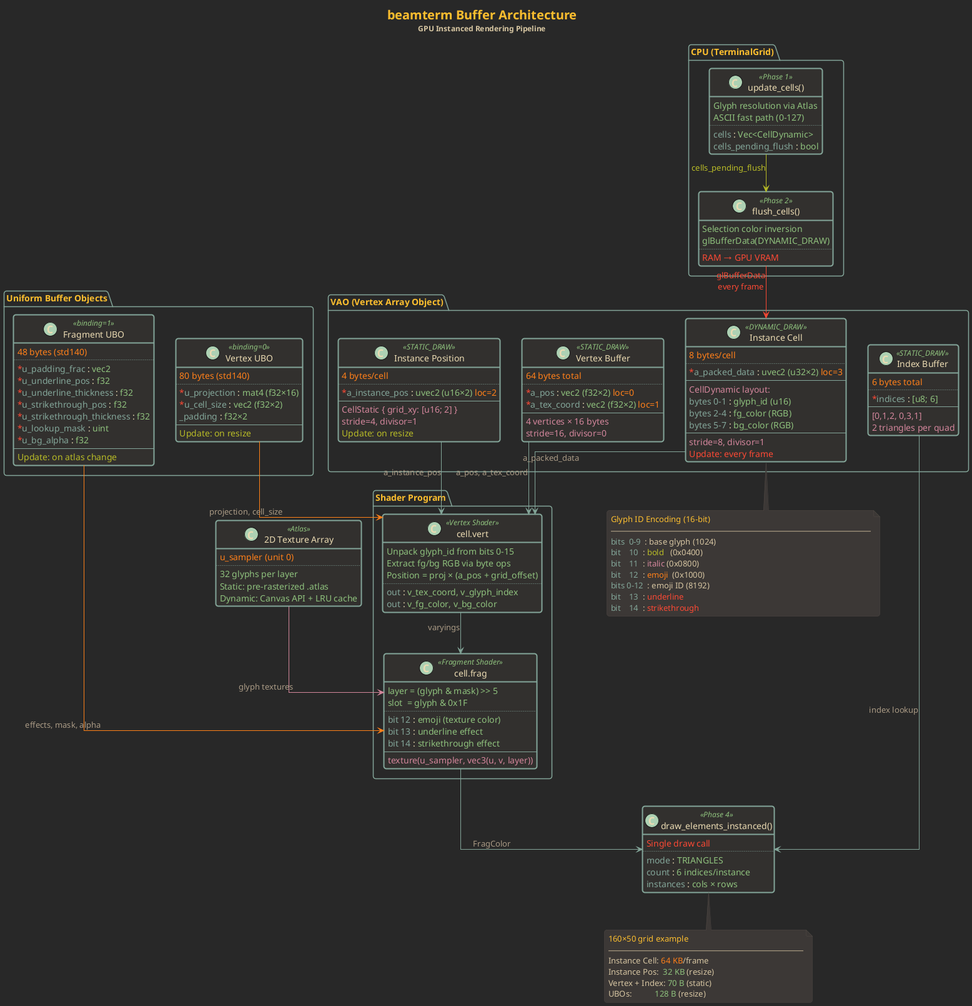
Above: docs/buffer_architecture.png in junkdog/beamterm (PlantUML), before the change. The source it was exported from:
```plantuml
@startuml buffer_architecture


skinparam backgroundColor #282828
skinparam defaultFontColor #ebdbb2
skinparam defaultFontName monospace

skinparam linetype ortho
skinparam roundcorner 8
skinparam shadowing false

skinparam class {
  BackgroundColor #32302f
  HeaderBackgroundColor #3c3836
  BorderColor #83a598
  FontColor #fabd2f
  AttributeFontColor #ebdbb2
  StereotypeFontColor #8ec07c
  BorderThickness 2
}

skinparam note {
  BackgroundColor #3c3836
  BorderColor #504945
  FontColor #d5c4a1
}

skinparam arrow {
  Color #83a598
  FontColor #a89984
}

skinparam package {
  BackgroundColor #32302f
  BorderColor #83a598
  FontColor #fabd2f
  StereotypeFontColor #8ec07c
}

skinparam rectangle {
  BackgroundColor #32302f
  BorderColor #83a598
  FontColor #fabd2f
  StereotypeFontColor #8ec07c
}


title <font color="#fabd2f" size="20">beamterm Buffer Architecture</font>\n<font color="#d5c4a1" size="12">GPU Instanced Rendering Pipeline</font>


package "CPU (TerminalGrid)" as cpu #282828 {

  class "update_cells()" as update <<Phase 1>> #32302f {
    <color:#8ec07c>Glyph resolution via Atlas</color>
    <color:#8ec07c>ASCII fast path (0-127)</color>
    ..
    <color:#83a598>cells</color> : <color:#8ec07c>Vec<CellDynamic></color>
    <color:#83a598>cells_pending_flush</color> : <color:#8ec07c>bool</color>
  }

  class "flush_cells()" as flush <<Phase 2>> #32302f {
    <color:#8ec07c>Selection color inversion</color>
    <color:#8ec07c>glBufferData(DYNAMIC_DRAW)</color>
    ..
    <color:#fb4934>RAM → GPU VRAM</color>
  }
}


package "VAO (Vertex Array Object)" as vao #282828 {

  class "Vertex Buffer" as vbuf <<STATIC_DRAW>> #32302f {
    <color:#fe8019>64 bytes total</color>
    ..
    <color:#fb4934>*</color><color:#83a598>a_pos</color> : <color:#8ec07c>vec2 (f32×2)</color> <color:#fe8019>loc=0</color>
    <color:#fb4934>*</color><color:#83a598>a_tex_coord</color> : <color:#8ec07c>vec2 (f32×2)</color> <color:#fe8019>loc=1</color>
    --
    <color:#d3869b>4 vertices × 16 bytes</color>
    <color:#d3869b>stride=16, divisor=0</color>
  }

  class "Index Buffer" as ibuf <<STATIC_DRAW>> #32302f {
    <color:#fe8019>6 bytes total</color>
    ..
    <color:#fb4934>*</color><color:#83a598>indices</color> : <color:#8ec07c>[u8; 6]</color>
    --
    <color:#d3869b>[0,1,2, 0,3,1]</color>
    <color:#d3869b>2 triangles per quad</color>
  }

  class "Instance Position" as posbuf <<STATIC_DRAW>> #32302f {
    <color:#fe8019>4 bytes/cell</color>
    ..
    <color:#fb4934>*</color><color:#83a598>a_instance_pos</color> : <color:#8ec07c>uvec2 (u16×2)</color> <color:#fe8019>loc=2</color>
    --
    <color:#d3869b>CellStatic { grid_xy: [u16; 2] }</color>
    <color:#d3869b>stride=4, divisor=1</color>
    <color:#b8bb26>Update: on resize</color>
  }

  class "Instance Cell" as cellbuf <<DYNAMIC_DRAW>> #32302f {
    <color:#fe8019>8 bytes/cell</color>
    ..
    <color:#fb4934>*</color><color:#83a598>a_packed_data</color> : <color:#8ec07c>uvec2 (u32×2)</color> <color:#fe8019>loc=3</color>
    --
    <color:#d3869b>CellDynamic layout:</color>
    <color:#83a598>bytes 0-1</color> : <color:#8ec07c>glyph_id (u16)</color>
    <color:#83a598>bytes 2-4</color> : <color:#8ec07c>fg_color (RGB)</color>
    <color:#83a598>bytes 5-7</color> : <color:#8ec07c>bg_color (RGB)</color>
    --
    <color:#d3869b>stride=8, divisor=1</color>
    <color:#fb4934>Update: every frame</color>
  }
}


package "Uniform Buffer Objects" as ubos #282828 {

  class "Vertex UBO" as vubo <<binding=0>> #32302f {
    <color:#fe8019>80 bytes (std140)</color>
    ..
    <color:#fb4934>*</color><color:#83a598>u_projection</color> : <color:#8ec07c>mat4 (f32×16)</color>
    <color:#fb4934>*</color><color:#83a598>u_cell_size</color> : <color:#8ec07c>vec2 (f32×2)</color>
    <color:#83a598>_padding</color> : <color:#8ec07c>f32×2</color>
    --
    <color:#b8bb26>Update: on resize</color>
  }

  class "Fragment UBO" as fubo <<binding=1>> #32302f {
    <color:#fe8019>48 bytes (std140)</color>
    ..
    <color:#fb4934>*</color><color:#83a598>u_padding_frac</color> : <color:#8ec07c>vec2</color>
    <color:#fb4934>*</color><color:#83a598>u_underline_pos</color> : <color:#8ec07c>f32</color>
    <color:#fb4934>*</color><color:#83a598>u_underline_thickness</color> : <color:#8ec07c>f32</color>
    <color:#fb4934>*</color><color:#83a598>u_strikethrough_pos</color> : <color:#8ec07c>f32</color>
    <color:#fb4934>*</color><color:#83a598>u_strikethrough_thickness</color> : <color:#8ec07c>f32</color>
    <color:#fb4934>*</color><color:#83a598>u_lookup_mask</color> : <color:#8ec07c>uint</color>
    <color:#fb4934>*</color><color:#83a598>u_bg_alpha</color> : <color:#8ec07c>f32</color>
    --
    <color:#b8bb26>Update: on atlas change</color>
  }
}


package "Shader Program" as shaders #282828 {

  class "cell.vert" as vert <<Vertex Shader>> #32302f {
    <color:#8ec07c>Unpack glyph_id from bits 0-15</color>
    <color:#8ec07c>Extract fg/bg RGB via byte ops</color>
    <color:#8ec07c>Position = proj × (a_pos + grid_offset)</color>
    ..
    <color:#83a598>out</color> : <color:#8ec07c>v_tex_coord, v_glyph_index</color>
    <color:#83a598>out</color> : <color:#8ec07c>v_fg_color, v_bg_color</color>
  }

  class "cell.frag" as frag <<Fragment Shader>> #32302f {
    <color:#8ec07c>layer = (glyph & mask) >> 5</color>
    <color:#8ec07c>slot  = glyph & 0x1F</color>
    ..
    <color:#83a598>bit 12</color> : <color:#8ec07c>emoji (texture color)</color>
    <color:#83a598>bit 13</color> : <color:#8ec07c>underline effect</color>
    <color:#83a598>bit 14</color> : <color:#8ec07c>strikethrough effect</color>
    --
    <color:#d3869b>texture(u_sampler, vec3(u, v, layer))</color>
  }
}


class "2D Texture Array" as atlas <<Atlas>> #32302f {
  <color:#fe8019>u_sampler (unit 0)</color>
  ..
  <color:#8ec07c>32 glyphs per layer</color>
  <color:#8ec07c>Static: pre-rasterized .atlas</color>
  <color:#8ec07c>Dynamic: Canvas API + LRU cache</color>
}


class "draw_elements_instanced()" as draw <<Phase 4>> #32302f {
  <color:#fb4934>Single draw call</color>
  ..
  <color:#83a598>mode</color> : <color:#8ec07c>TRIANGLES</color>
  <color:#83a598>count</color> : <color:#8ec07c>6 indices/instance</color>
  <color:#83a598>instances</color> : <color:#8ec07c>cols × rows</color>
}


update -[#b8bb26]-> flush : <color:#b8bb26>cells_pending_flush

flush -[#fb4934]-> cellbuf : <color:#fb4934>glBufferData\n<color:#fb4934>every frame

vbuf -[#83a598]-> vert : <color:#a89984>a_pos, a_tex_coord
posbuf -[#83a598]-> vert : <color:#a89984>a_instance_pos
cellbuf -[#83a598]-> vert : <color:#a89984>a_packed_data
ibuf -[#83a598]-> draw : <color:#a89984>index lookup
vubo -[#fe8019]-> vert : <color:#a89984>projection, cell_size
fubo -[#fe8019]-> frag : <color:#a89984>effects, mask, alpha
atlas -[#d3869b]-> frag : <color:#a89984>glyph textures
vert -[#83a598]-> frag : <color:#a89984>varyings
frag -[#83a598]-> draw : <color:#a89984>FragColor


note bottom of cellbuf
  <color:#fabd2f>Glyph ID Encoding (16-bit)</color>
  ────────────────────────────────
  <color:#83a598>bits  0-9</color>  : base glyph (1024)
  <color:#83a598>bit    10</color>  : <color:#b8bb26>bold</color>   (0x0400)
  <color:#83a598>bit    11</color>  : <color:#d3869b>italic</color> (0x0800)
  <color:#83a598>bit    12</color>  : <color:#fe8019>emoji</color>  (0x1000)
  <color:#83a598>bits 0-12</color>  : emoji ID (8192)
  <color:#83a598>bit    13</color>  : <color:#fb4934>underline</color>
  <color:#83a598>bit    14</color>  : <color:#fb4934>strikethrough</color>
end note

note bottom of draw
  <color:#fabd2f>160×50 grid example</color>
  ────────────────────────
  Instance Cell: <color:#fe8019>64 KB</color>/frame
  Instance Pos:  <color:#8ec07c>32 KB</color> (resize)
  Vertex + Index: <color:#8ec07c>70 B</color> (static)
  UBOs:           <color:#8ec07c>128 B</color> (resize)
end note

@enduml
```
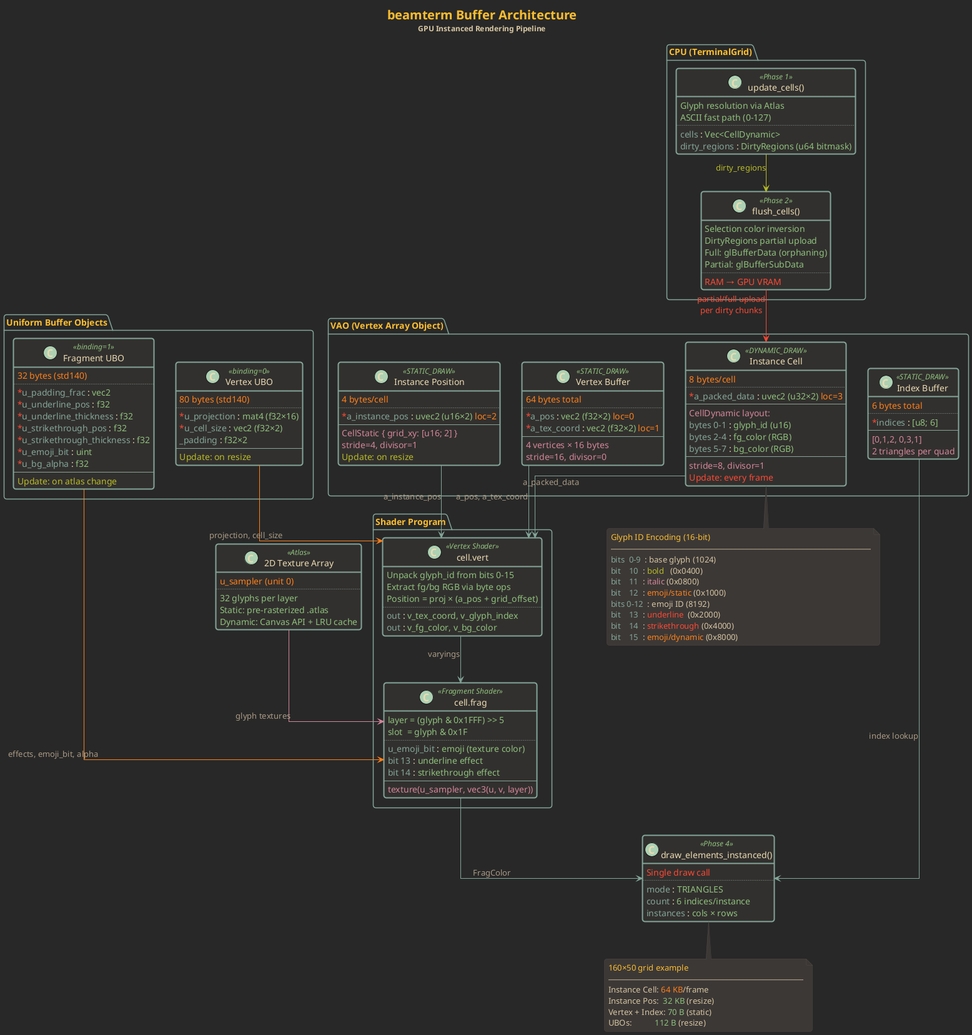
The same file after the commit.

Diff of the diagram source:
```diff
@@ -55,12 +55,14 @@
     <color:#8ec07c>ASCII fast path (0-127)</color>
     ..
     <color:#83a598>cells</color> : <color:#8ec07c>Vec<CellDynamic></color>
-    <color:#83a598>cells_pending_flush</color> : <color:#8ec07c>bool</color>
+    <color:#83a598>dirty_regions</color> : <color:#8ec07c>DirtyRegions (u64 bitmask)</color>
   }
 
   class "flush_cells()" as flush <<Phase 2>> #32302f {
     <color:#8ec07c>Selection color inversion</color>
-    <color:#8ec07c>glBufferData(DYNAMIC_DRAW)</color>
+    <color:#8ec07c>DirtyRegions partial upload</color>
+    <color:#8ec07c>Full: glBufferData (orphaning)</color>
+    <color:#8ec07c>Partial: glBufferSubData</color>
     ..
     <color:#fb4934>RAM → GPU VRAM</color>
   }
@@ -127,14 +129,14 @@
   }
 
   class "Fragment UBO" as fubo <<binding=1>> #32302f {
-    <color:#fe8019>48 bytes (std140)</color>
+    <color:#fe8019>32 bytes (std140)</color>
     ..
     <color:#fb4934>*</color><color:#83a598>u_padding_frac</color> : <color:#8ec07c>vec2</color>
     <color:#fb4934>*</color><color:#83a598>u_underline_pos</color> : <color:#8ec07c>f32</color>
     <color:#fb4934>*</color><color:#83a598>u_underline_thickness</color> : <color:#8ec07c>f32</color>
     <color:#fb4934>*</color><color:#83a598>u_strikethrough_pos</color> : <color:#8ec07c>f32</color>
     <color:#fb4934>*</color><color:#83a598>u_strikethrough_thickness</color> : <color:#8ec07c>f32</color>
-    <color:#fb4934>*</color><color:#83a598>u_lookup_mask</color> : <color:#8ec07c>uint</color>
+    <color:#fb4934>*</color><color:#83a598>u_emoji_bit</color> : <color:#8ec07c>uint</color>
     <color:#fb4934>*</color><color:#83a598>u_bg_alpha</color> : <color:#8ec07c>f32</color>
     --
     <color:#b8bb26>Update: on atlas change</color>
@@ -154,10 +156,10 @@
   }
 
   class "cell.frag" as frag <<Fragment Shader>> #32302f {
-    <color:#8ec07c>layer = (glyph & mask) >> 5</color>
+    <color:#8ec07c>layer = (glyph & 0x1FFF) >> 5</color>
     <color:#8ec07c>slot  = glyph & 0x1F</color>
     ..
-    <color:#83a598>bit 12</color> : <color:#8ec07c>emoji (texture color)</color>
+    <color:#83a598>u_emoji_bit</color> : <color:#8ec07c>emoji (texture color)</color>
     <color:#83a598>bit 13</color> : <color:#8ec07c>underline effect</color>
     <color:#83a598>bit 14</color> : <color:#8ec07c>strikethrough effect</color>
     --
@@ -184,16 +186,16 @@
 }
 
 
-update -[#b8bb26]-> flush : <color:#b8bb26>cells_pending_flush
+update -[#b8bb26]-> flush : <color:#b8bb26>dirty_regions
 
-flush -[#fb4934]-> cellbuf : <color:#fb4934>glBufferData\n<color:#fb4934>every frame
+flush -[#fb4934]-> cellbuf : <color:#fb4934>partial/full upload\n<color:#fb4934>per dirty chunks
 
 vbuf -[#83a598]-> vert : <color:#a89984>a_pos, a_tex_coord
 posbuf -[#83a598]-> vert : <color:#a89984>a_instance_pos
 cellbuf -[#83a598]-> vert : <color:#a89984>a_packed_data
 ibuf -[#83a598]-> draw : <color:#a89984>index lookup
 vubo -[#fe8019]-> vert : <color:#a89984>projection, cell_size
-fubo -[#fe8019]-> frag : <color:#a89984>effects, mask, alpha
+fubo -[#fe8019]-> frag : <color:#a89984>effects, emoji_bit, alpha
 atlas -[#d3869b]-> frag : <color:#a89984>glyph textures
 vert -[#83a598]-> frag : <color:#a89984>varyings
 frag -[#83a598]-> draw : <color:#a89984>FragColor
@@ -205,10 +207,11 @@
   <color:#83a598>bits  0-9</color>  : base glyph (1024)
   <color:#83a598>bit    10</color>  : <color:#b8bb26>bold</color>   (0x0400)
   <color:#83a598>bit    11</color>  : <color:#d3869b>italic</color> (0x0800)
-  <color:#83a598>bit    12</color>  : <color:#fe8019>emoji</color>  (0x1000)
+  <color:#83a598>bit    12</color>  : <color:#fe8019>emoji/static</color> (0x1000)
   <color:#83a598>bits 0-12</color>  : emoji ID (8192)
-  <color:#83a598>bit    13</color>  : <color:#fb4934>underline</color>
-  <color:#83a598>bit    14</color>  : <color:#fb4934>strikethrough</color>
+  <color:#83a598>bit    13</color>  : <color:#fb4934>underline</color>  (0x2000)
+  <color:#83a598>bit    14</color>  : <color:#fb4934>strikethrough</color> (0x4000)
+  <color:#83a598>bit    15</color>  : <color:#fe8019>emoji/dynamic</color> (0x8000)
 end note
 
 note bottom of draw
@@ -217,7 +220,7 @@
   Instance Cell: <color:#fe8019>64 KB</color>/frame
   Instance Pos:  <color:#8ec07c>32 KB</color> (resize)
   Vertex + Index: <color:#8ec07c>70 B</color> (static)
-  UBOs:           <color:#8ec07c>128 B</color> (resize)
+  UBOs:           <color:#8ec07c>112 B</color> (resize)
 end note
 
 @enduml
```
